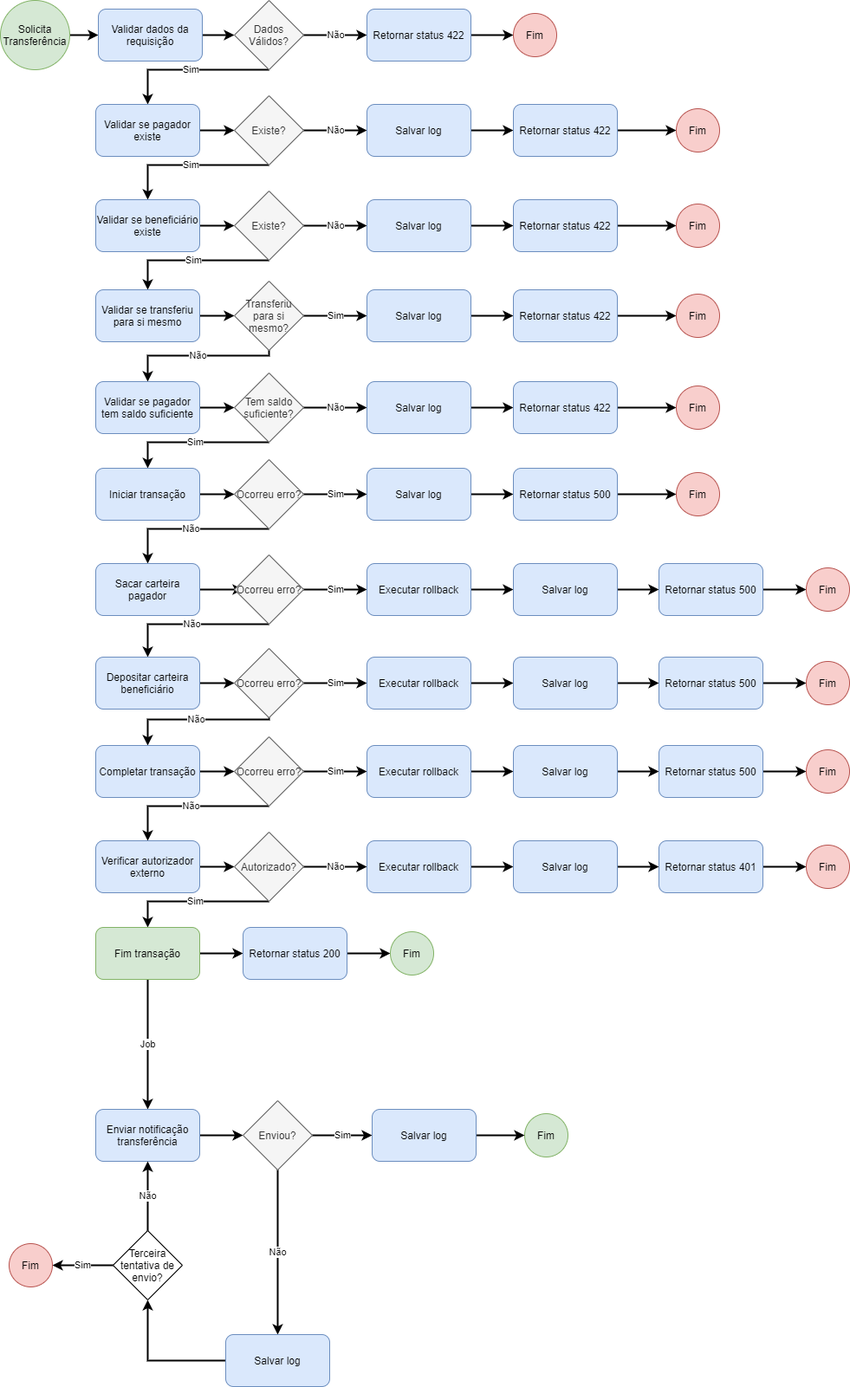
Before: documentation/fluxograma.png, a diagram exported from draw.io (rafaelzorn/picpay-transactions). Source tidied: cells renumbered, new cells last; positions are measured from the earlier drawing's top-left corner, leaving out a move shared by most shapes.
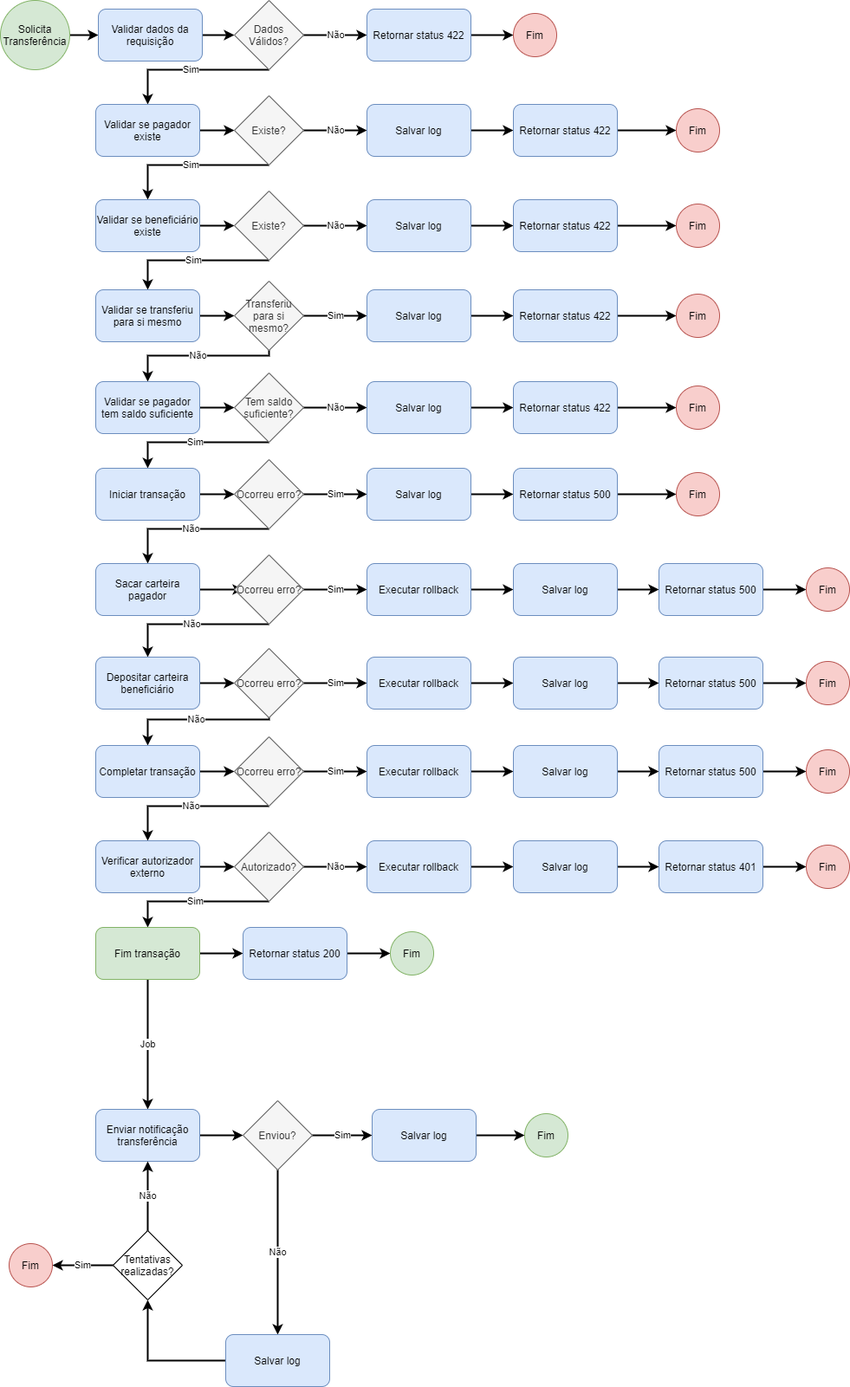
The same diagram one commit later.

The edit, as a diff of the source:
```diff
@@ -430,7 +430,7 @@
     <mxCell id="128" value="Não" style="edgeStyle=orthogonalEdgeStyle;rounded=0;jettySize=auto;html=1;entryX=0.5;entryY=1;entryDx=0;entryDy=0;strokeWidth=2;" parent="1" edge="1" source="129" target="118">
       <mxGeometry relative="1" as="geometry" />
     </mxCell>
-    <mxCell id="129" value="Terceira tentativa de envio?" style="rhombus;whiteSpace=wrap;html=1;" parent="1" vertex="1">
+    <mxCell id="129" value="Tentativas realizadas?" style="rhombus;whiteSpace=wrap;html=1;" parent="1" vertex="1">
       <mxGeometry x="130" y="1420" width="80" height="80" as="geometry" />
     </mxCell>
     <mxCell id="130" value="Fim" style="ellipse;whiteSpace=wrap;html=1;fillColor=#f8cecc;strokeColor=#b85450;" parent="1" vertex="1">
```
